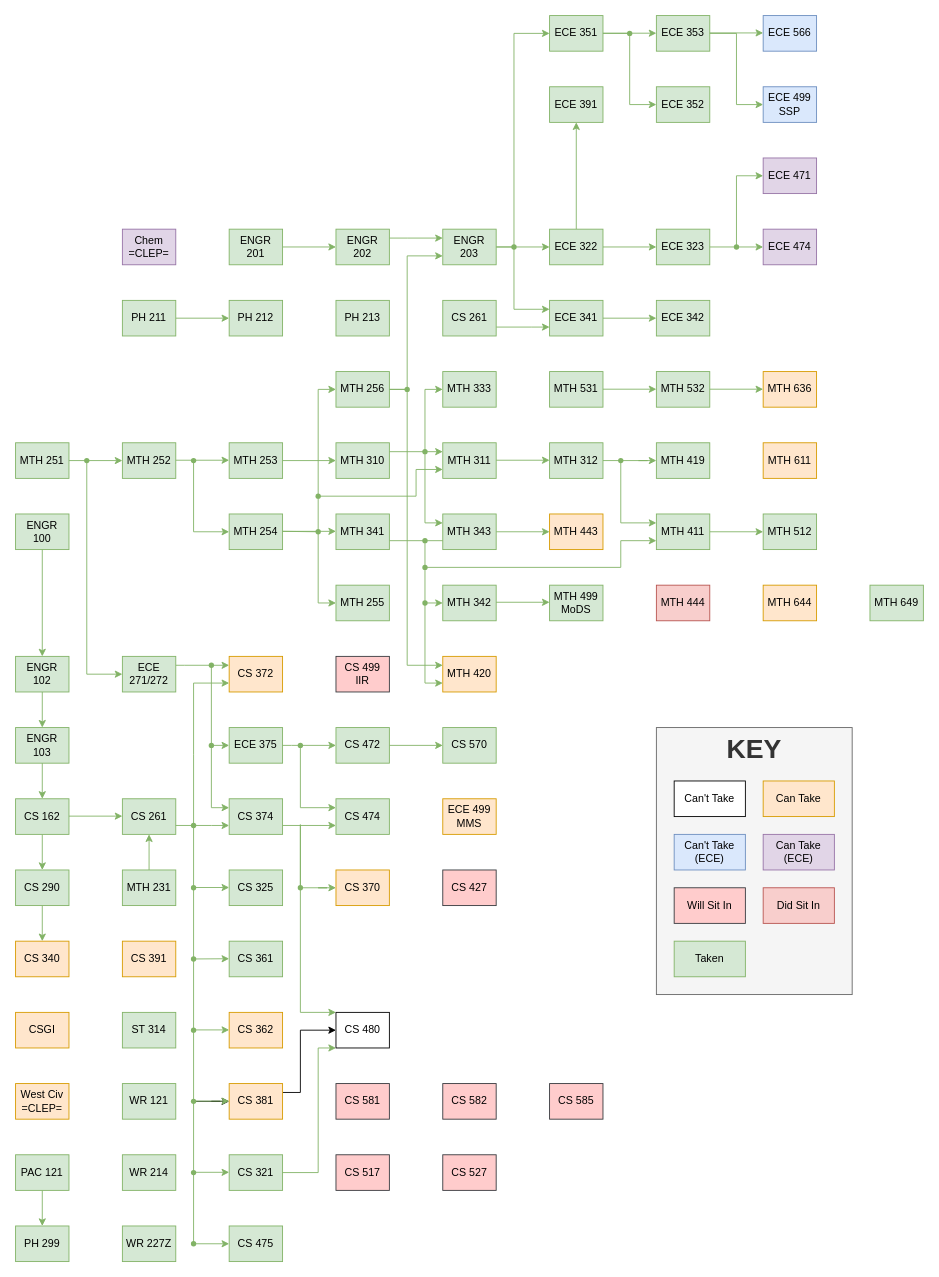
This is Classes.drawio from Jonas-Carew/Class-Flowchart, a draw.io file, before an edit. Source tidied: cells renumbered, new cells numbered last; positions are measured from the earlier drawing's top-left corner, leaving out a move shared by most shapes. Both pictures are drawn from the tidied source at 89%, with x=0, y=0 at pixel (15, 15).
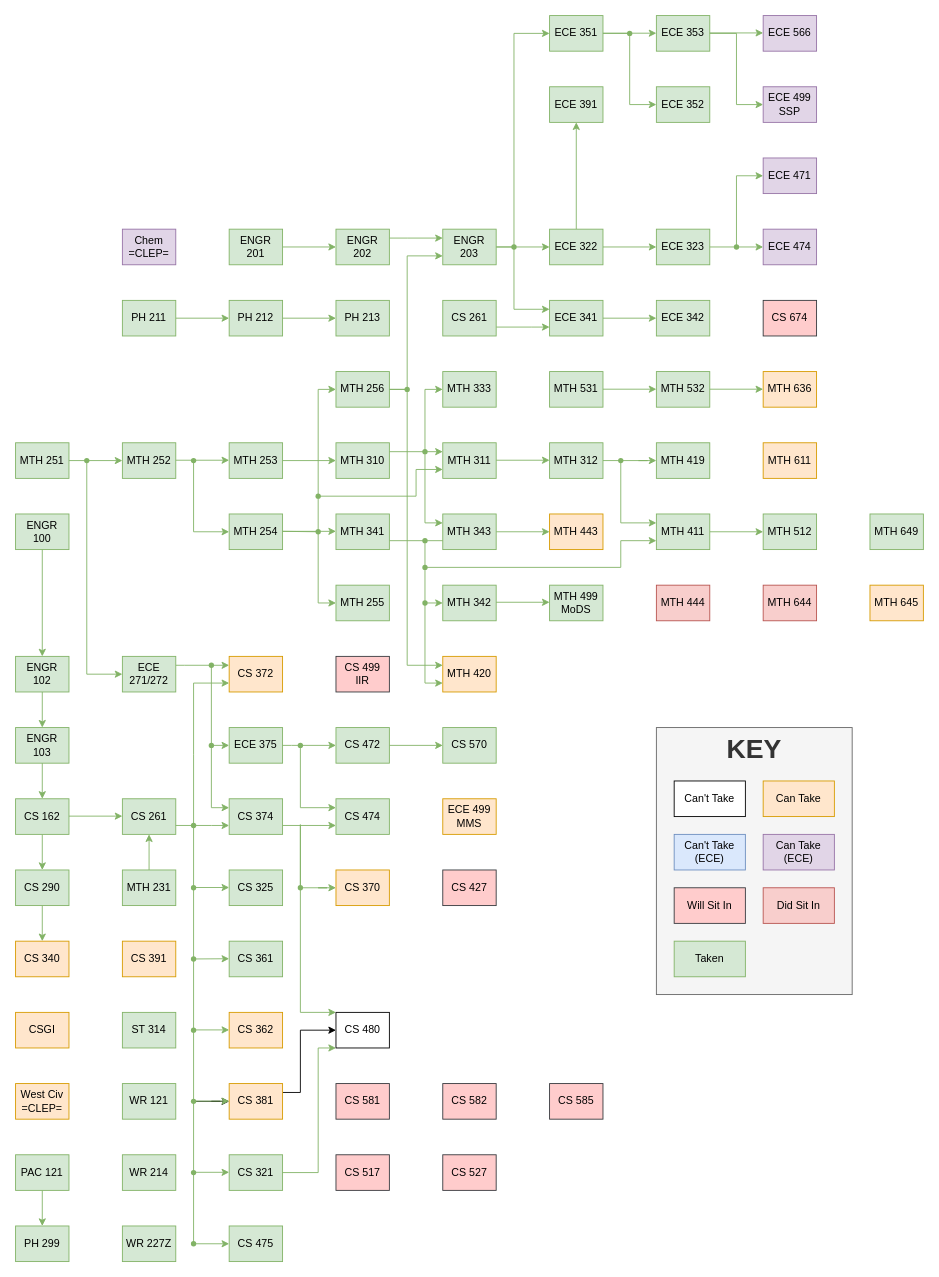
After the change.

The change refers to these unchanged cells:
```xml
<mxCell id="83" value="PH 212" style="rounded=0;whiteSpace=wrap;html=1;fillColor=#d5e8d4;strokeColor=#82b366;" parent="1" vertex="1">
  <mxGeometry x="240" y="320" width="60" height="40" as="geometry" />
</mxCell>
<mxCell id="84" value="PH 213" style="rounded=0;whiteSpace=wrap;html=1;fillColor=#d5e8d4;strokeColor=#82b366;" parent="1" vertex="1">
  <mxGeometry x="360" y="320" width="60" height="40" as="geometry" />
</mxCell>
```

Diff of the diagram source:
```diff
@@
+    <mxCell id="193" style="edgeStyle=orthogonalEdgeStyle;rounded=0;jettySize=auto;html=1;fillColor=#d5e8d4;strokeColor=#82b366;" parent="1" edge="1" source="83" target="84">
+      <mxGeometry relative="1" as="geometry" />
+    </mxCell>
@@
-    <mxCell id="151" value="ECE 566" style="rounded=0;whiteSpace=wrap;html=1;fillColor=#dae8fc;strokeColor=#6c8ebf;" parent="1" vertex="1">
+    <mxCell id="151" value="ECE 566" style="rounded=0;whiteSpace=wrap;html=1;fillColor=#e1d5e7;strokeColor=#9673a6;" parent="1" vertex="1">
       <mxGeometry x="840" width="60" height="40" as="geometry" />
     </mxCell>
-    <mxCell id="152" value="&lt;div&gt;MTH 644&lt;/div&gt;" style="rounded=0;whiteSpace=wrap;html=1;fillColor=#ffe6cc;strokeColor=#d79b00;" parent="1" vertex="1">
-      <mxGeometry x="840" y="640" width="60" height="40" as="geometry" />
-    </mxCell>
@@
     <mxCell id="182" value="&lt;div&gt;MTH 649&lt;/div&gt;" style="rounded=0;whiteSpace=wrap;html=1;fillColor=#d5e8d4;strokeColor=#82b366;" parent="1" vertex="1">
-      <mxGeometry x="960" y="640" width="60" height="40" as="geometry" />
+      <mxGeometry x="960" y="560" width="60" height="40" as="geometry" />
     </mxCell>
@@
-    <mxCell id="187" value="&lt;div&gt;ECE 499&lt;/div&gt;SSP" style="rounded=0;whiteSpace=wrap;html=1;fillColor=#dae8fc;strokeColor=#6c8ebf;" parent="1" vertex="1">
+    <mxCell id="187" value="&lt;div&gt;ECE 499&lt;/div&gt;SSP" style="rounded=0;whiteSpace=wrap;html=1;fillColor=#e1d5e7;strokeColor=#9673a6;" parent="1" vertex="1">
       <mxGeometry x="840" y="80" width="60" height="40" as="geometry" />
     </mxCell>
@@
+    <mxCell id="194" value="&lt;div&gt;CS 674&lt;/div&gt;" style="rounded=0;whiteSpace=wrap;html=1;fillColor=#ffcccc;strokeColor=#36393d;" parent="1" vertex="1">
+      <mxGeometry x="840" y="320" width="60" height="40" as="geometry" />
+    </mxCell>
+    <mxCell id="195" value="&lt;div&gt;MTH 645&lt;/div&gt;" style="rounded=0;whiteSpace=wrap;html=1;fillColor=#ffe6cc;strokeColor=#d79b00;" parent="1" vertex="1">
+      <mxGeometry x="960" y="640" width="60" height="40" as="geometry" />
+    </mxCell>
+    <mxCell id="152" value="&lt;div&gt;MTH 644&lt;/div&gt;" style="rounded=0;whiteSpace=wrap;html=1;fillColor=#f8cecc;strokeColor=#b85450;" parent="1" vertex="1">
+      <mxGeometry x="840" y="640" width="60" height="40" as="geometry" />
+    </mxCell>
```
